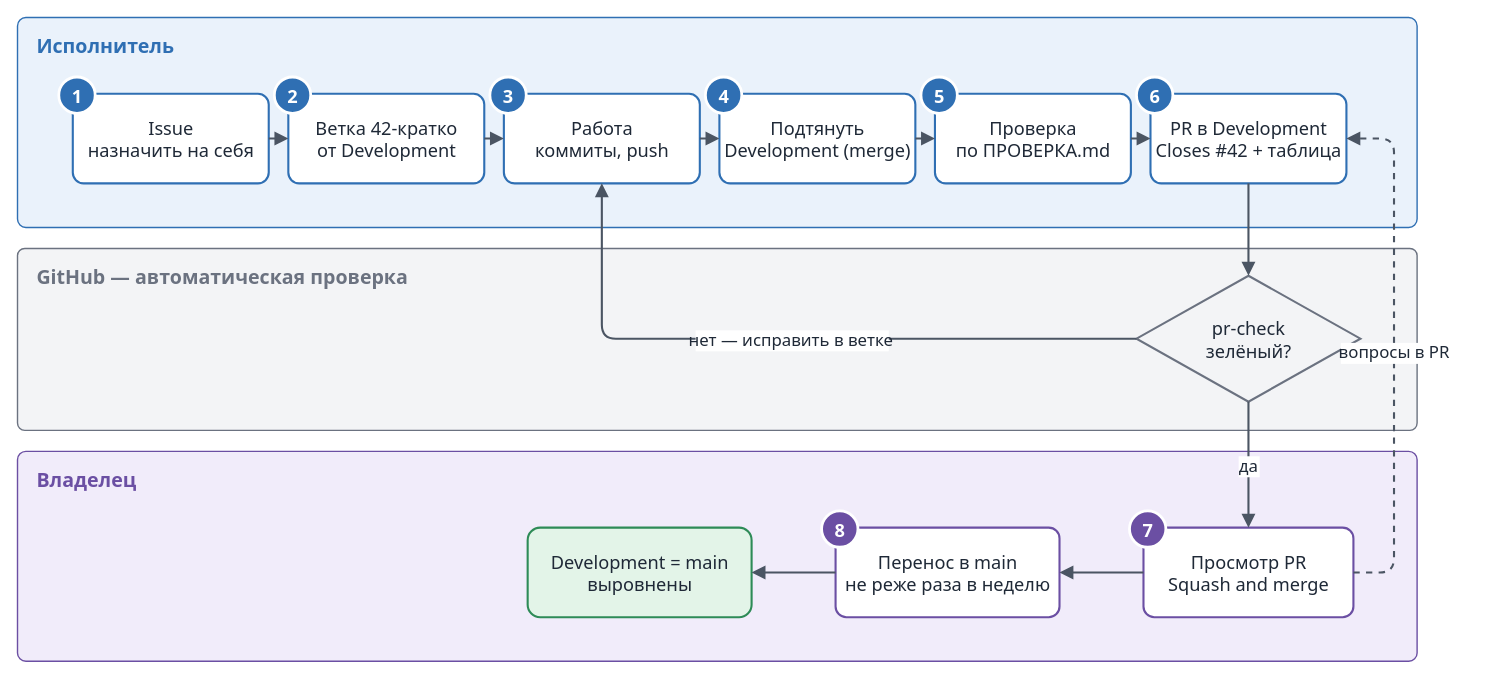
Before: схемы/2-put.drawio.svg, a diagram exported from draw.io (Trest-SZMA/.github). Source tidied: cells renumbered, new cells last; positions are measured from the earlier drawing's top-left corner, leaving out a move shared by most shapes. Source of this version:
```xml
<mxGraphModel background="#FFFFFF">
  <root>
    <mxCell id="0" />
    <mxCell id="1" parent="0" />
    <mxCell id="2" value="Исполнитель" style="rounded=1;arcSize=4;html=0;fontFamily=Segoe UI;fontColor=#1F2937;fontSize=14;fontStyle=1;fontColor=#2F6FB3;fillColor=#EAF2FB;strokeColor=#2F6FB3;strokeWidth=1;align=left;verticalAlign=top;spacingLeft=12;spacingTop=6;" parent="1" vertex="1">
      <mxGeometry width="1000" height="150" as="geometry" />
    </mxCell>
    <mxCell id="3" value="GitHub — автоматическая проверка" style="rounded=1;arcSize=4;html=0;fontFamily=Segoe UI;fontColor=#1F2937;fontSize=14;fontStyle=1;fontColor=#6B7280;fillColor=#F3F4F6;strokeColor=#6B7280;strokeWidth=1;align=left;verticalAlign=top;spacingLeft=12;spacingTop=6;" parent="1" vertex="1">
      <mxGeometry y="165" width="1000" height="130" as="geometry" />
    </mxCell>
    <mxCell id="4" value="Владелец" style="rounded=1;arcSize=4;html=0;fontFamily=Segoe UI;fontColor=#1F2937;fontSize=14;fontStyle=1;fontColor=#6B4FA3;fillColor=#F1ECFA;strokeColor=#6B4FA3;strokeWidth=1;align=left;verticalAlign=top;spacingLeft=12;spacingTop=6;" parent="1" vertex="1">
      <mxGeometry y="310" width="1000" height="150" as="geometry" />
    </mxCell>
    <mxCell id="5" value="Issue&#10;назначить на себя" style="rounded=1;arcSize=12;html=0;fontFamily=Segoe UI;fontColor=#1F2937;fontSize=13;fillColor=#FFFFFF;strokeColor=#2F6FB3;strokeWidth=1.5;" parent="1" vertex="1">
      <mxGeometry x="40" y="55" width="140" height="64" as="geometry" />
    </mxCell>
    <mxCell id="6" value="1" style="ellipse;html=0;fontFamily=Segoe UI;fontColor=#1F2937;fontSize=13;fontStyle=1;fontColor=#FFFFFF;fillColor=#2F6FB3;strokeColor=#FFFFFF;strokeWidth=2;" parent="1" vertex="1">
      <mxGeometry x="30" y="43" width="26" height="26" as="geometry" />
    </mxCell>
    <mxCell id="7" value="Ветка 42-кратко&#10;от Development" style="rounded=1;arcSize=12;html=0;fontFamily=Segoe UI;fontColor=#1F2937;fontSize=13;fillColor=#FFFFFF;strokeColor=#2F6FB3;strokeWidth=1.5;" parent="1" vertex="1">
      <mxGeometry x="194" y="55" width="140" height="64" as="geometry" />
    </mxCell>
    <mxCell id="8" value="2" style="ellipse;html=0;fontFamily=Segoe UI;fontColor=#1F2937;fontSize=13;fontStyle=1;fontColor=#FFFFFF;fillColor=#2F6FB3;strokeColor=#FFFFFF;strokeWidth=2;" parent="1" vertex="1">
      <mxGeometry x="184" y="43" width="26" height="26" as="geometry" />
    </mxCell>
    <mxCell id="9" value="Работа&#10;коммиты, push" style="rounded=1;arcSize=12;html=0;fontFamily=Segoe UI;fontColor=#1F2937;fontSize=13;fillColor=#FFFFFF;strokeColor=#2F6FB3;strokeWidth=1.5;" parent="1" vertex="1">
      <mxGeometry x="348" y="55" width="140" height="64" as="geometry" />
    </mxCell>
    <mxCell id="10" value="3" style="ellipse;html=0;fontFamily=Segoe UI;fontColor=#1F2937;fontSize=13;fontStyle=1;fontColor=#FFFFFF;fillColor=#2F6FB3;strokeColor=#FFFFFF;strokeWidth=2;" parent="1" vertex="1">
      <mxGeometry x="338" y="43" width="26" height="26" as="geometry" />
    </mxCell>
    <mxCell id="11" value="Подтянуть&#10;Development (merge)" style="rounded=1;arcSize=12;html=0;fontFamily=Segoe UI;fontColor=#1F2937;fontSize=13;fillColor=#FFFFFF;strokeColor=#2F6FB3;strokeWidth=1.5;" parent="1" vertex="1">
      <mxGeometry x="502" y="55" width="140" height="64" as="geometry" />
    </mxCell>
    <mxCell id="12" value="4" style="ellipse;html=0;fontFamily=Segoe UI;fontColor=#1F2937;fontSize=13;fontStyle=1;fontColor=#FFFFFF;fillColor=#2F6FB3;strokeColor=#FFFFFF;strokeWidth=2;" parent="1" vertex="1">
      <mxGeometry x="492" y="43" width="26" height="26" as="geometry" />
    </mxCell>
    <mxCell id="13" value="Проверка&#10;по ПРОВЕРКА.md" style="rounded=1;arcSize=12;html=0;fontFamily=Segoe UI;fontColor=#1F2937;fontSize=13;fillColor=#FFFFFF;strokeColor=#2F6FB3;strokeWidth=1.5;" parent="1" vertex="1">
      <mxGeometry x="656" y="55" width="140" height="64" as="geometry" />
    </mxCell>
    <mxCell id="14" value="5" style="ellipse;html=0;fontFamily=Segoe UI;fontColor=#1F2937;fontSize=13;fontStyle=1;fontColor=#FFFFFF;fillColor=#2F6FB3;strokeColor=#FFFFFF;strokeWidth=2;" parent="1" vertex="1">
      <mxGeometry x="646" y="43" width="26" height="26" as="geometry" />
    </mxCell>
    <mxCell id="15" value="PR в Development&#10;Closes #42 + таблица" style="rounded=1;arcSize=12;html=0;fontFamily=Segoe UI;fontColor=#1F2937;fontSize=13;fillColor=#FFFFFF;strokeColor=#2F6FB3;strokeWidth=1.5;" parent="1" vertex="1">
      <mxGeometry x="810" y="55" width="140" height="64" as="geometry" />
    </mxCell>
    <mxCell id="16" value="6" style="ellipse;html=0;fontFamily=Segoe UI;fontColor=#1F2937;fontSize=13;fontStyle=1;fontColor=#FFFFFF;fillColor=#2F6FB3;strokeColor=#FFFFFF;strokeWidth=2;" parent="1" vertex="1">
      <mxGeometry x="800" y="43" width="26" height="26" as="geometry" />
    </mxCell>
    <mxCell id="17" style="edgeStyle=orthogonalEdgeStyle;rounded=1;html=0;fontFamily=Segoe UI;fontColor=#1F2937;fontSize=12;strokeColor=#4B5563;strokeWidth=1.5;endArrow=block;endFill=1;endSize=6;labelBackgroundColor=#FFFFFF;" parent="1" edge="1" source="5" target="7">
      <mxGeometry relative="1" as="geometry" />
    </mxCell>
    <mxCell id="18" style="edgeStyle=orthogonalEdgeStyle;rounded=1;html=0;fontFamily=Segoe UI;fontColor=#1F2937;fontSize=12;strokeColor=#4B5563;strokeWidth=1.5;endArrow=block;endFill=1;endSize=6;labelBackgroundColor=#FFFFFF;" parent="1" edge="1" source="7" target="9">
      <mxGeometry relative="1" as="geometry" />
    </mxCell>
    <mxCell id="19" style="edgeStyle=orthogonalEdgeStyle;rounded=1;html=0;fontFamily=Segoe UI;fontColor=#1F2937;fontSize=12;strokeColor=#4B5563;strokeWidth=1.5;endArrow=block;endFill=1;endSize=6;labelBackgroundColor=#FFFFFF;" parent="1" edge="1" source="9" target="11">
      <mxGeometry relative="1" as="geometry" />
    </mxCell>
    <mxCell id="20" style="edgeStyle=orthogonalEdgeStyle;rounded=1;html=0;fontFamily=Segoe UI;fontColor=#1F2937;fontSize=12;strokeColor=#4B5563;strokeWidth=1.5;endArrow=block;endFill=1;endSize=6;labelBackgroundColor=#FFFFFF;" parent="1" edge="1" source="11" target="13">
      <mxGeometry relative="1" as="geometry" />
    </mxCell>
    <mxCell id="21" style="edgeStyle=orthogonalEdgeStyle;rounded=1;html=0;fontFamily=Segoe UI;fontColor=#1F2937;fontSize=12;strokeColor=#4B5563;strokeWidth=1.5;endArrow=block;endFill=1;endSize=6;labelBackgroundColor=#FFFFFF;" parent="1" edge="1" source="13" target="15">
      <mxGeometry relative="1" as="geometry" />
    </mxCell>
    <mxCell id="22" value="pr-check&#10;зелёный?" style="rhombus;html=0;fontFamily=Segoe UI;fontColor=#1F2937;fontSize=13;fillColor=#F3F4F6;strokeColor=#6B7280;strokeWidth=1.5;" parent="1" vertex="1">
      <mxGeometry x="800" y="185" width="160" height="90" as="geometry" />
    </mxCell>
    <mxCell id="23" style="edgeStyle=orthogonalEdgeStyle;rounded=1;html=0;fontFamily=Segoe UI;fontColor=#1F2937;fontSize=12;strokeColor=#4B5563;strokeWidth=1.5;endArrow=block;endFill=1;endSize=6;labelBackgroundColor=#FFFFFF;" parent="1" edge="1" source="15" target="22">
      <mxGeometry relative="1" as="geometry" />
    </mxCell>
    <mxCell id="24" value="Просмотр PR&#10;Squash and merge" style="rounded=1;arcSize=12;html=0;fontFamily=Segoe UI;fontColor=#1F2937;fontSize=13;fillColor=#FFFFFF;strokeColor=#6B4FA3;strokeWidth=1.5;" parent="1" vertex="1">
      <mxGeometry x="805" y="365" width="150" height="64" as="geometry" />
    </mxCell>
    <mxCell id="25" value="7" style="ellipse;html=0;fontFamily=Segoe UI;fontColor=#1F2937;fontSize=13;fontStyle=1;fontColor=#FFFFFF;fillColor=#6B4FA3;strokeColor=#FFFFFF;strokeWidth=2;" parent="1" vertex="1">
      <mxGeometry x="795" y="353" width="26" height="26" as="geometry" />
    </mxCell>
    <mxCell id="26" value="Перенос в main&#10;не реже раза в неделю" style="rounded=1;arcSize=12;html=0;fontFamily=Segoe UI;fontColor=#1F2937;fontSize=13;fillColor=#FFFFFF;strokeColor=#6B4FA3;strokeWidth=1.5;" parent="1" vertex="1">
      <mxGeometry x="585" y="365" width="160" height="64" as="geometry" />
    </mxCell>
    <mxCell id="27" value="8" style="ellipse;html=0;fontFamily=Segoe UI;fontColor=#1F2937;fontSize=13;fontStyle=1;fontColor=#FFFFFF;fillColor=#6B4FA3;strokeColor=#FFFFFF;strokeWidth=2;" parent="1" vertex="1">
      <mxGeometry x="575" y="353" width="26" height="26" as="geometry" />
    </mxCell>
    <mxCell id="28" value="Development = main&#10;выровнены" style="rounded=1;arcSize=14;html=0;fontFamily=Segoe UI;fontColor=#1F2937;fontSize=13;fillColor=#E3F4E8;strokeColor=#2E8B57;strokeWidth=1.5;" parent="1" vertex="1">
      <mxGeometry x="365" y="365" width="160" height="64" as="geometry" />
    </mxCell>
    <mxCell id="29" value="да" style="edgeStyle=orthogonalEdgeStyle;rounded=1;html=0;fontFamily=Segoe UI;fontColor=#1F2937;fontSize=12;strokeColor=#4B5563;strokeWidth=1.5;endArrow=block;endFill=1;endSize=6;labelBackgroundColor=#FFFFFF;" parent="1" edge="1" source="22" target="24">
      <mxGeometry relative="1" as="geometry" />
    </mxCell>
    <mxCell id="30" value="нет — исправить в ветке" style="edgeStyle=orthogonalEdgeStyle;rounded=1;html=0;fontFamily=Segoe UI;fontColor=#1F2937;fontSize=12;strokeColor=#4B5563;strokeWidth=1.5;endArrow=block;endFill=1;endSize=6;labelBackgroundColor=#FFFFFF;exitX=0;exitY=0.5;exitDx=0;exitDy=0;entryX=0.5;entryY=1;entryDx=0;entryDy=0;" parent="1" edge="1" source="22" target="9">
      <mxGeometry relative="1" as="geometry">
        <Array as="points">
          <mxPoint x="418" y="230" />
        </Array>
      </mxGeometry>
    </mxCell>
    <mxCell id="31" style="edgeStyle=orthogonalEdgeStyle;rounded=1;html=0;fontFamily=Segoe UI;fontColor=#1F2937;fontSize=12;strokeColor=#4B5563;strokeWidth=1.5;endArrow=block;endFill=1;endSize=6;labelBackgroundColor=#FFFFFF;" parent="1" edge="1" source="24" target="26">
      <mxGeometry relative="1" as="geometry" />
    </mxCell>
    <mxCell id="32" style="edgeStyle=orthogonalEdgeStyle;rounded=1;html=0;fontFamily=Segoe UI;fontColor=#1F2937;fontSize=12;strokeColor=#4B5563;strokeWidth=1.5;endArrow=block;endFill=1;endSize=6;labelBackgroundColor=#FFFFFF;" parent="1" edge="1" source="26" target="28">
      <mxGeometry relative="1" as="geometry" />
    </mxCell>
    <mxCell id="33" value="вопросы в PR" style="edgeStyle=orthogonalEdgeStyle;rounded=1;html=0;fontFamily=Segoe UI;fontColor=#1F2937;fontSize=12;strokeColor=#4B5563;strokeWidth=1.5;endArrow=block;endFill=1;endSize=6;labelBackgroundColor=#FFFFFF;dashed=1;exitX=1;exitY=0.5;exitDx=0;exitDy=0;entryX=1;entryY=0.5;entryDx=0;entryDy=0;" parent="1" edge="1" source="24" target="15">
      <mxGeometry relative="1" as="geometry">
        <Array as="points">
          <mxPoint x="984" y="397" />
          <mxPoint x="984" y="87" />
        </Array>
      </mxGeometry>
    </mxCell>
  </root>
</mxGraphModel>
```
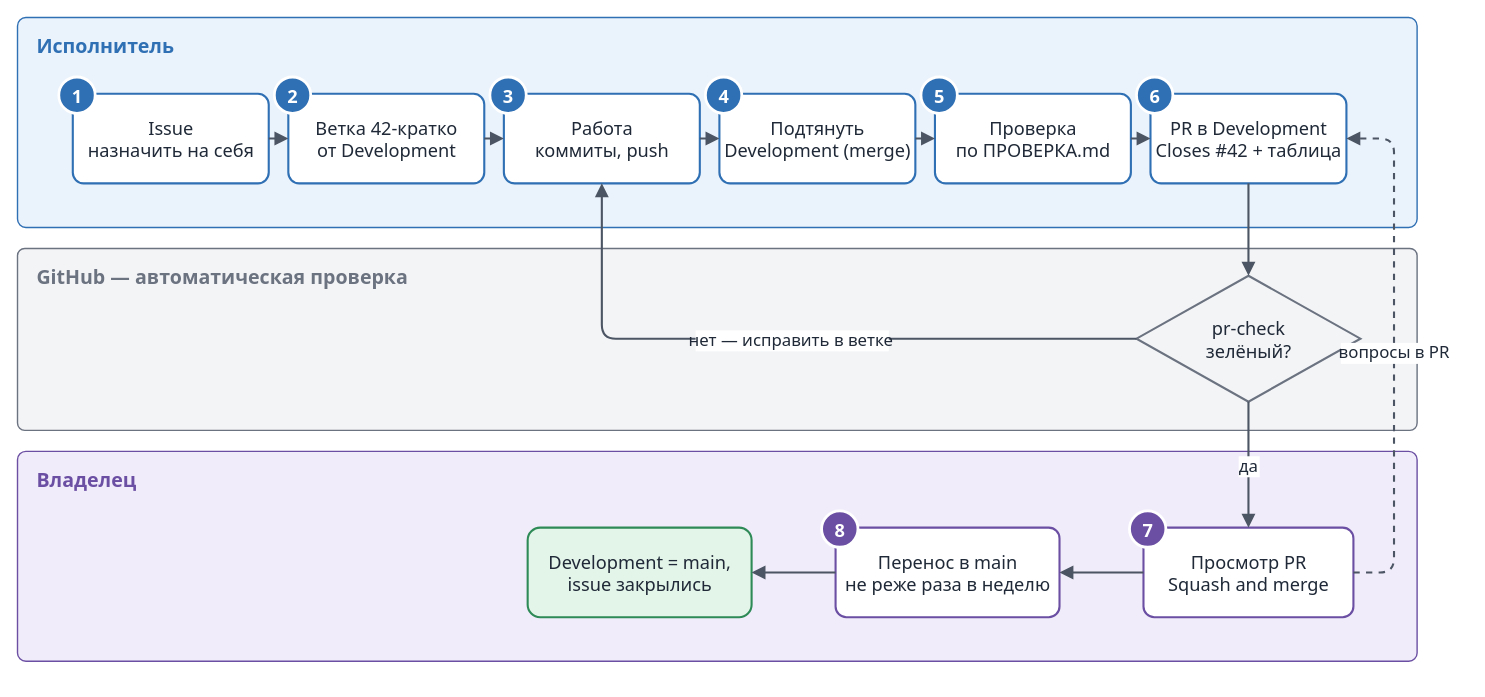
Above is the later version.

What changed in the source:
```diff
@@ -80,7 +80,7 @@
     <mxCell id="27" value="8" style="ellipse;html=0;fontFamily=Segoe UI;fontColor=#1F2937;fontSize=13;fontStyle=1;fontColor=#FFFFFF;fillColor=#6B4FA3;strokeColor=#FFFFFF;strokeWidth=2;" parent="1" vertex="1">
       <mxGeometry x="575" y="353" width="26" height="26" as="geometry" />
     </mxCell>
-    <mxCell id="28" value="Development = main&#10;выровнены" style="rounded=1;arcSize=14;html=0;fontFamily=Segoe UI;fontColor=#1F2937;fontSize=13;fillColor=#E3F4E8;strokeColor=#2E8B57;strokeWidth=1.5;" parent="1" vertex="1">
+    <mxCell id="28" value="Development = main,&#10;issue закрылись" style="rounded=1;arcSize=14;html=0;fontFamily=Segoe UI;fontColor=#1F2937;fontSize=13;fillColor=#E3F4E8;strokeColor=#2E8B57;strokeWidth=1.5;" parent="1" vertex="1">
       <mxGeometry x="365" y="365" width="160" height="64" as="geometry" />
     </mxCell>
     <mxCell id="29" value="да" style="edgeStyle=orthogonalEdgeStyle;rounded=1;html=0;fontFamily=Segoe UI;fontColor=#1F2937;fontSize=12;strokeColor=#4B5563;strokeWidth=1.5;endArrow=block;endFill=1;endSize=6;labelBackgroundColor=#FFFFFF;" parent="1" edge="1" source="22" target="24">
```
